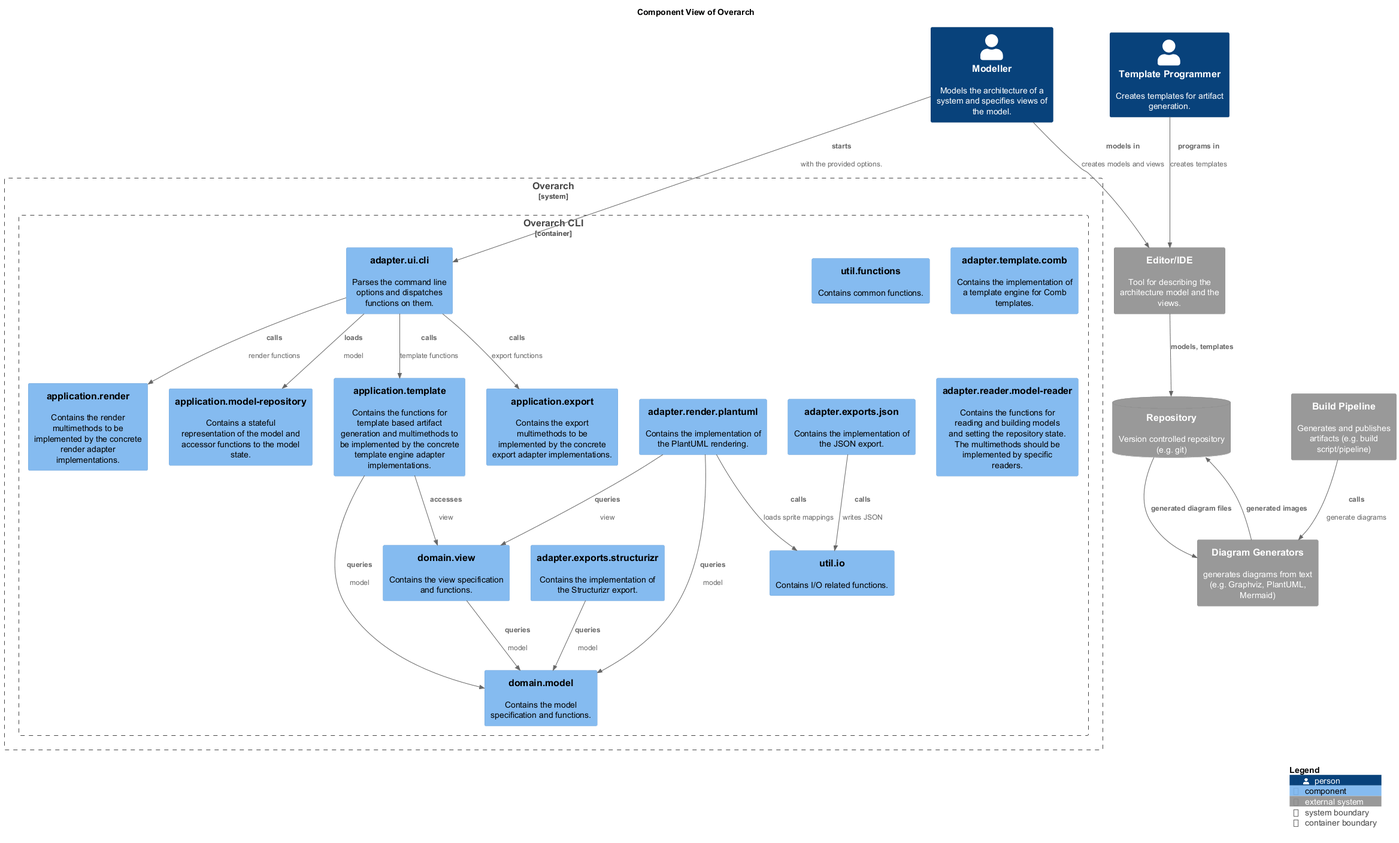
Earlier version of the PlantUML export docs/overarch/architecture/component-view.png (soulspace-org/overarch).
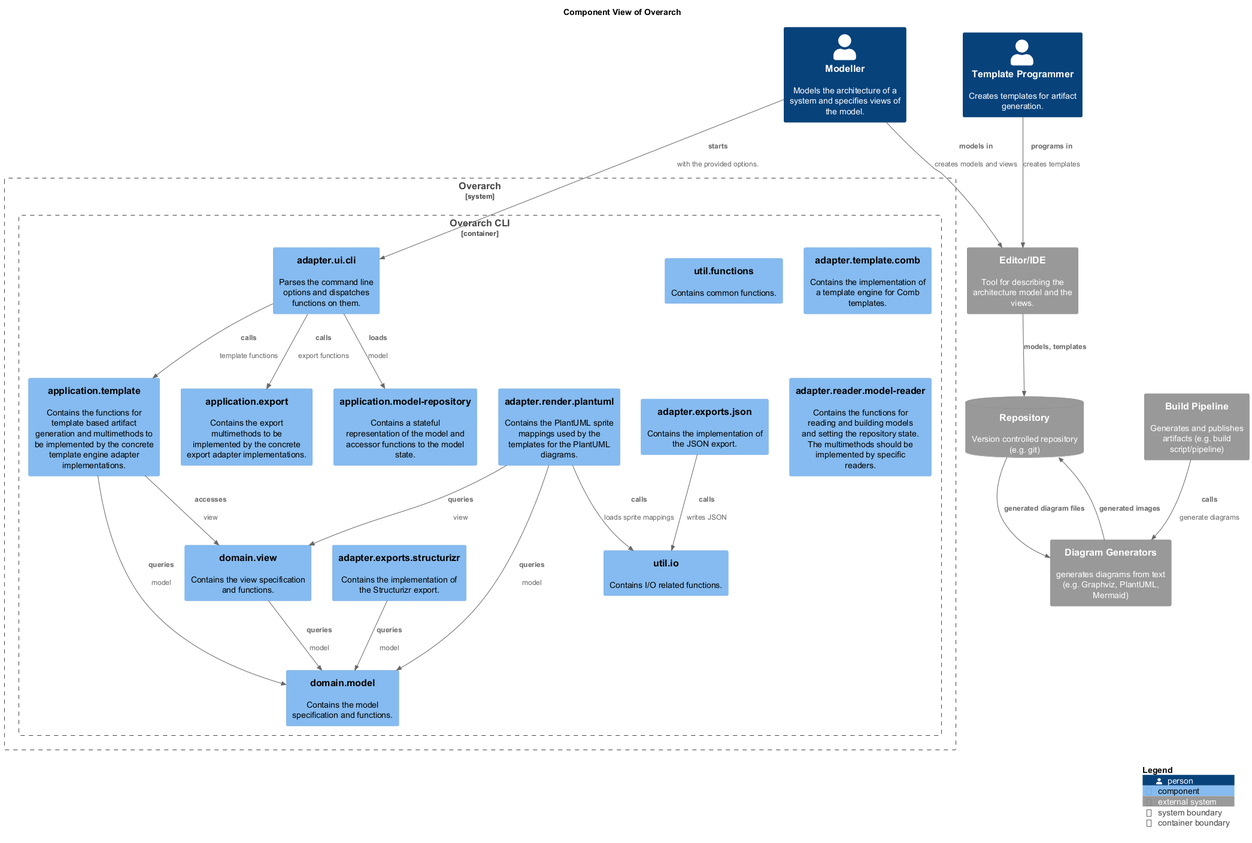
After the commit.

What changed in the source:
```diff
@@ -6,13 +6,6 @@
 !include <azure/AzureC4Integration>
 !include <tupadr3/common>
 !include <tupadr3/devicons/clojure>
-
-
-
-
-
-
-
 title Component View of Overarch
 System_Ext(overarch_architecture_editor, "Editor/IDE", $descr="Tool for describing the architecture model and the views.")
 Person(overarch_roles_modeller, "Modeller", $descr="Models the architecture of a system and specifies views of the model.")
@@ -26,11 +19,10 @@
     Component(overarch_application_template, "application.template", $descr="Contains the functions for template based artifact generation and multimethods to be implemented by the concrete template engine adapter implementations.")
     Component(overarch_domain_model, "domain.model", $descr="Contains the model specification and functions.")
     Component(overarch_adapter_template_comb, "adapter.template.comb", $descr="Contains the implementation of a template engine for Comb templates.")
-    Component(overarch_adapter_render_plantuml, "adapter.render.plantuml", $descr="Contains the implementation of the PlantUML rendering.")
+    Component(overarch_adapter_render_plantuml, "adapter.render.plantuml", $descr="Contains the PlantUML sprite mappings used by the templates for the PlantUML diagrams.")
     Component(overarch_adapter_exports_json, "adapter.exports.json", $descr="Contains the implementation of the JSON export.")
     Component(overarch_util_io, "util.io", $descr="Contains I/O related functions.")
     Component(overarch_application_export, "application.export", $descr="Contains the export multimethods to be implemented by the concrete export adapter implementations.")
-    Component(overarch_application_render, "application.render", $descr="Contains the render multimethods to be implemented by the concrete render adapter implementations.")
     Component(overarch_adapter_reader_modelReader, "adapter.reader.model-reader", $descr="Contains the functions for reading and building models and setting the repository state. The multimethods should be implemented by specific readers.")
     Component(overarch_adapter_exports_structurizr, "adapter.exports.structurizr", $descr="Contains the implementation of the Structurizr export.")
     Component(overarch_adapter_ui_cli, "adapter.ui.cli", $descr="Parses the command line options and dispatches functions on them.")
@@ -52,7 +44,6 @@
 Rel(overarch_roles_templateProgrammer, overarch_architecture_editor, "programs in", $descr="creates templates")
 Rel(overarch_roles_modeller, overarch_architecture_editor, "models in", $descr="creates models and views")
 Rel(overarch_architecture_buildPipeline, overarch_architecture_diagramGenerator, "calls", $descr="generate diagrams")
-Rel(overarch_adapter_ui_cli, overarch_application_render, "calls", $descr="render functions")
 Rel(overarch_architecture_diagramGenerator, overarch_architecture_vcRepository, "generated images")
 Rel(overarch_adapter_exports_json, overarch_util_io, "calls", $descr="writes JSON")
 Rel(overarch_domain_view, overarch_domain_model, "queries", $descr="model")
```
